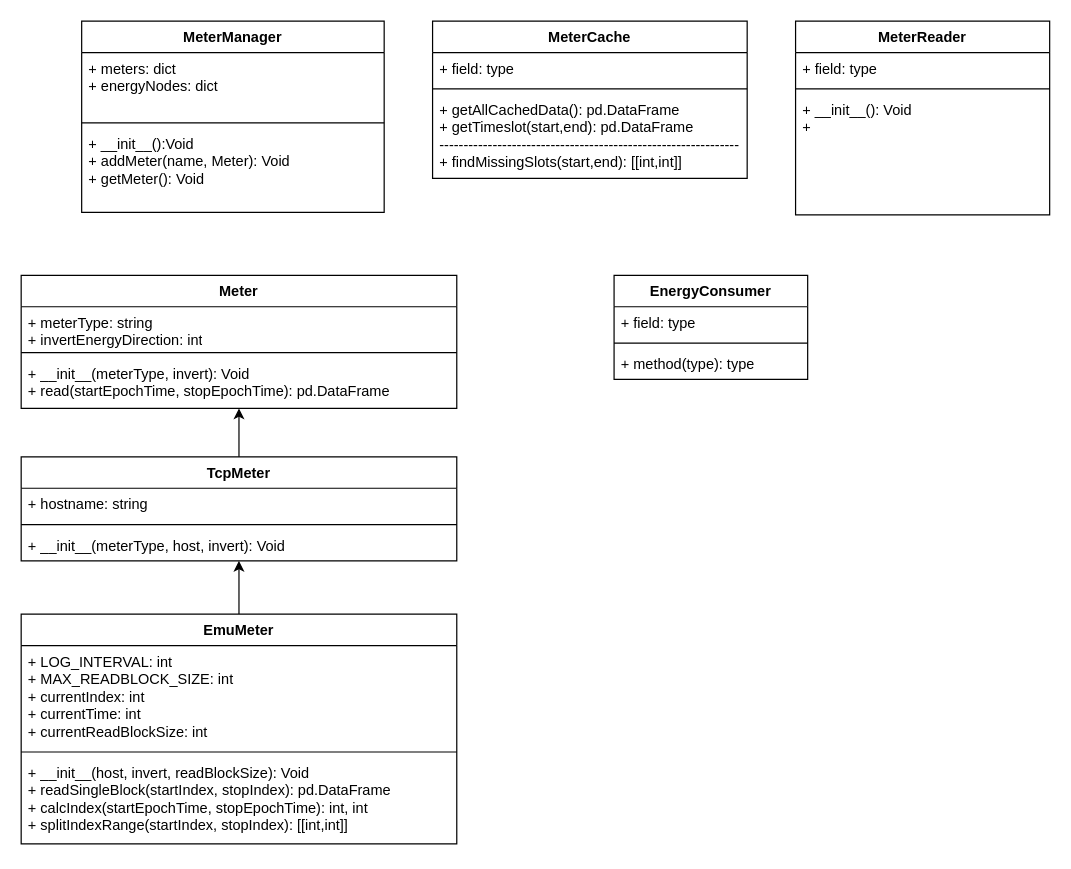
This is Doc/ClassUML.drawio from SamHi247/OpenZEV, a draw.io file, before an edit. Source tidied: cells renumbered, new cells numbered last; positions are measured from the earlier drawing's top-left corner, leaving out a move shared by most shapes. Both pictures are drawn from the tidied source at 121%, with x=0, y=0 at pixel (21, 21).
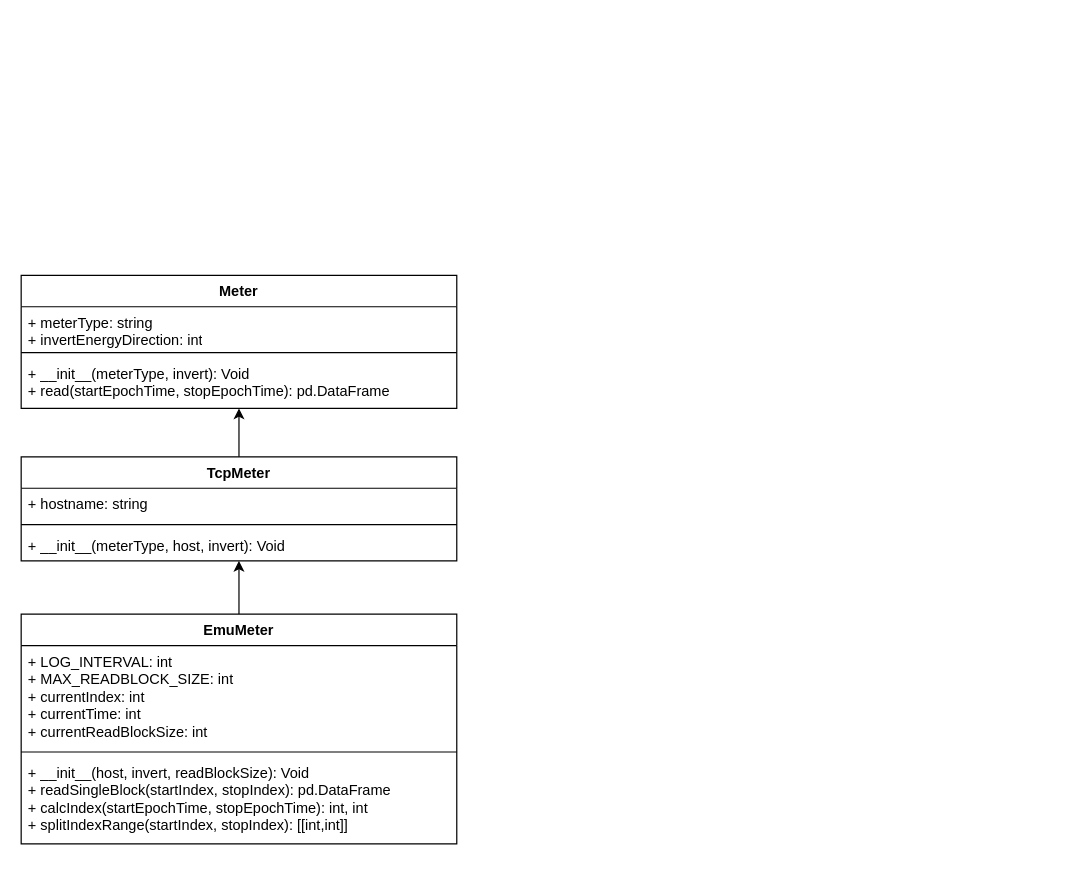
Above is the later version.

What changed in the source:
```diff
@@
-    <mxCell id="11" value="MeterCache" style="swimlane;fontStyle=1;align=center;verticalAlign=top;horizontal=1;startSize=26;whiteSpace=wrap;html=1;" parent="1" vertex="1">
-      <mxGeometry x="340" width="260" height="130" as="geometry" />
-    </mxCell>
-    <mxCell id="12" value="+ field: type" style="text;strokeColor=none;fillColor=none;align=left;verticalAlign=top;spacingLeft=4;spacingRight=4;overflow=hidden;whiteSpace=wrap;html=1;" parent="11" vertex="1">
-      <mxGeometry y="26" width="260" height="26" as="geometry" />
-    </mxCell>
-    <mxCell id="13" style="line;strokeWidth=1;fillColor=none;align=left;verticalAlign=middle;spacingTop=-1;spacingLeft=3;spacingRight=3;labelPosition=right;strokeColor=inherit;" parent="11" vertex="1">
-      <mxGeometry y="52" width="260" height="8" as="geometry" />
-    </mxCell>
-    <mxCell id="14" value="+ getAllCachedData(): pd.DataFrame&lt;div&gt;+ getTimeslot(start,end): pd.DataFrame&lt;/div&gt;&lt;div&gt;--------------------------------------------------------------&lt;/div&gt;&lt;div&gt;+ findMissingSlots(start,end): [[int,int]]&lt;/div&gt;" style="text;strokeColor=none;fillColor=none;align=left;verticalAlign=top;spacingLeft=4;spacingRight=4;overflow=hidden;whiteSpace=wrap;html=1;" parent="11" vertex="1">
-      <mxGeometry y="60" width="260" height="70" as="geometry" />
-    </mxCell>
-    <mxCell id="15" value="MeterManager" style="swimlane;fontStyle=1;align=center;verticalAlign=top;horizontal=1;startSize=26;whiteSpace=wrap;html=1;" parent="1" vertex="1">
-      <mxGeometry x="50" width="250" height="158" as="geometry" />
-    </mxCell>
-    <mxCell id="16" value="+ meters: dict&lt;div&gt;+ energyNodes: dict&lt;/div&gt;" style="text;strokeColor=none;fillColor=none;align=left;verticalAlign=top;spacingLeft=4;spacingRight=4;overflow=hidden;whiteSpace=wrap;html=1;" parent="15" vertex="1">
-      <mxGeometry y="26" width="250" height="54" as="geometry" />
-    </mxCell>
-    <mxCell id="17" style="line;strokeWidth=1;fillColor=none;align=left;verticalAlign=middle;spacingTop=-1;spacingLeft=3;spacingRight=3;labelPosition=right;strokeColor=inherit;" parent="15" vertex="1">
-      <mxGeometry y="80" width="250" height="8" as="geometry" />
-    </mxCell>
-    <mxCell id="18" value="+ __init__():Void&lt;div&gt;+ addMeter(name, Meter): Void&lt;br&gt;&lt;div&gt;+ getMeter(): Void&lt;/div&gt;&lt;/div&gt;" style="text;strokeColor=none;fillColor=none;align=left;verticalAlign=top;spacingLeft=4;spacingRight=4;overflow=hidden;whiteSpace=wrap;html=1;" parent="15" vertex="1">
-      <mxGeometry y="88" width="250" height="70" as="geometry" />
-    </mxCell>
@@
-    <mxCell id="24" value="MeterReader" style="swimlane;fontStyle=1;align=center;verticalAlign=top;horizontal=1;startSize=26;whiteSpace=wrap;html=1;" parent="1" vertex="1">
-      <mxGeometry x="640" width="210" height="160" as="geometry" />
-    </mxCell>
-    <mxCell id="25" value="+ field: type" style="text;strokeColor=none;fillColor=none;align=left;verticalAlign=top;spacingLeft=4;spacingRight=4;overflow=hidden;whiteSpace=wrap;html=1;" parent="24" vertex="1">
-      <mxGeometry y="26" width="210" height="26" as="geometry" />
-    </mxCell>
-    <mxCell id="26" style="line;strokeWidth=1;fillColor=none;align=left;verticalAlign=middle;spacingTop=-1;spacingLeft=3;spacingRight=3;labelPosition=right;strokeColor=inherit;" parent="24" vertex="1">
-      <mxGeometry y="52" width="210" height="8" as="geometry" />
-    </mxCell>
-    <mxCell id="27" value="+ __init__(): Void&lt;div&gt;+&amp;nbsp;&lt;/div&gt;" style="text;strokeColor=none;fillColor=none;align=left;verticalAlign=top;spacingLeft=4;spacingRight=4;overflow=hidden;whiteSpace=wrap;html=1;" parent="24" vertex="1">
-      <mxGeometry y="60" width="210" height="100" as="geometry" />
-    </mxCell>
-    <mxCell id="28" value="EnergyConsumer" style="swimlane;fontStyle=1;align=center;verticalAlign=top;horizontal=1;startSize=26;whiteSpace=wrap;html=1;" parent="1" vertex="1">
-      <mxGeometry x="490" y="210" width="160" height="86" as="geometry" />
-    </mxCell>
-    <mxCell id="29" value="+ field: type" style="text;strokeColor=none;fillColor=none;align=left;verticalAlign=top;spacingLeft=4;spacingRight=4;overflow=hidden;whiteSpace=wrap;html=1;" parent="28" vertex="1">
-      <mxGeometry y="26" width="160" height="26" as="geometry" />
-    </mxCell>
-    <mxCell id="30" style="line;strokeWidth=1;fillColor=none;align=left;verticalAlign=middle;spacingTop=-1;spacingLeft=3;spacingRight=3;labelPosition=right;strokeColor=inherit;" parent="28" vertex="1">
-      <mxGeometry y="52" width="160" height="8" as="geometry" />
-    </mxCell>
-    <mxCell id="31" value="+ method(type): type" style="text;strokeColor=none;fillColor=none;align=left;verticalAlign=top;spacingLeft=4;spacingRight=4;overflow=hidden;whiteSpace=wrap;html=1;" parent="28" vertex="1">
-      <mxGeometry y="60" width="160" height="26" as="geometry" />
-    </mxCell>
```
